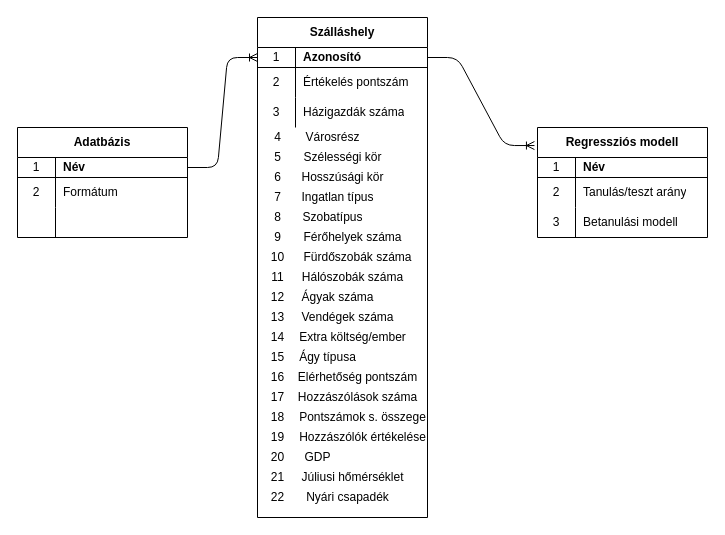
Before: Adatbazisterv.drawio in HabanAndras/Gepi-latas, a draw.io diagram. Source tidied: cells renumbered, new cells numbered last; positions are measured from the earlier drawing's top-left corner, leaving out a move shared by most shapes. Both pictures are drawn from the tidied source at 100%, with x=0, y=0 at pixel (17, 17).
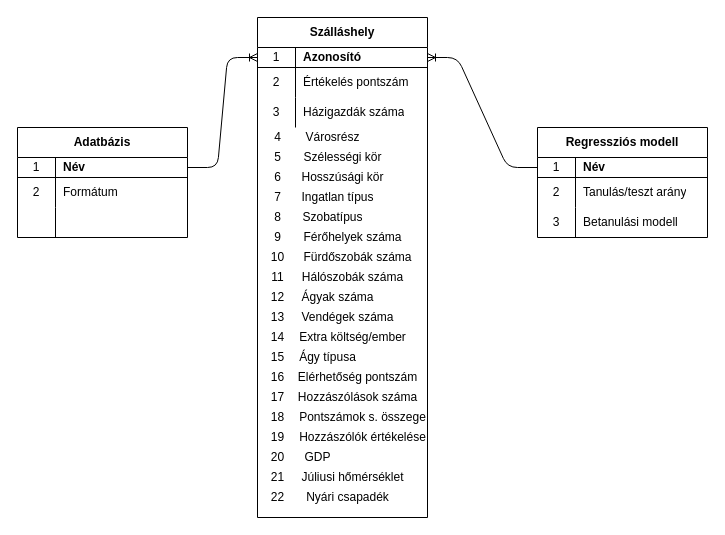
The same diagram, later.

The change refers to these unchanged cells:
```xml
<mxCell id="12" value="Regressziós modell" style="shape=table;html=1;whiteSpace=wrap;startSize=30;childLayout=tableLayout;rowLines=0;fontStyle=1;align=center;" parent="1" vertex="1">
  <mxGeometry x="520" y="110" width="170" height="110" as="geometry" />
</mxCell>
<mxCell id="13" style="shape=partialRectangle;html=1;whiteSpace=wrap;fillColor=none;top=0;left=0;bottom=1;right=0;points=[[0,0.5],[1,0.5]];portConstraint=eastwest;" parent="12" vertex="1">
  <mxGeometry y="30" width="170" height="20" as="geometry" />
</mxCell>
<mxCell id="23" style="shape=partialRectangle;html=1;whiteSpace=wrap;fillColor=none;top=0;left=0;bottom=1;right=0;points=[[0,0.5],[1,0.5]];portConstraint=eastwest;" parent="22" vertex="1">
  <mxGeometry y="30" width="170" height="20" as="geometry" />
</mxCell>
```

What changed in the source:
```diff
@@
-    <mxCell id="71" style="edgeStyle=entityRelationEdgeStyle;fontSize=12;html=1;endArrow=ERoneToMany;exitX=1;exitY=0.5;exitDx=0;exitDy=0;entryX=-0.018;entryY=0.164;entryDx=0;entryDy=0;entryPerimeter=0;" parent="1" edge="1" source="23" target="12">
-      <mxGeometry relative="1" as="geometry" />
-    </mxCell>
+    <mxCell id="72" style="edgeStyle=entityRelationEdgeStyle;fontSize=12;html=1;endArrow=ERoneToMany;entryX=1;entryY=0.5;entryDx=0;entryDy=0;exitX=0;exitY=0.5;exitDx=0;exitDy=0;" parent="1" edge="1" source="13" target="23">
+      <mxGeometry relative="1" as="geometry" />
+    </mxCell>
```
